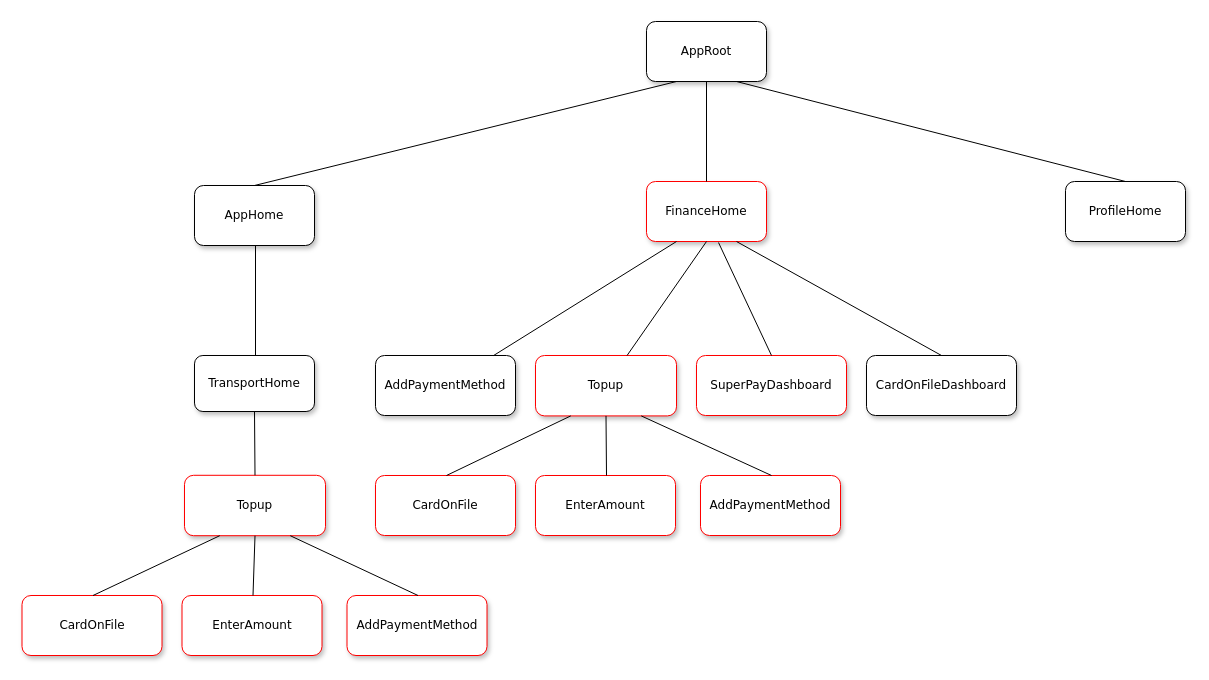
Above: page "모노리틱 - RIB tree" (1 of 4) of SuperAppRIBTree.drawio in gookhee/diagrams (draw.io), before the change. Source tidied: cells renumbered, new cells numbered last; positions are measured from the earlier drawing's top-left corner, leaving out a move shared by most shapes. Both pictures are drawn from the tidied source at 100%, with x=0, y=0 at pixel (21, 21).
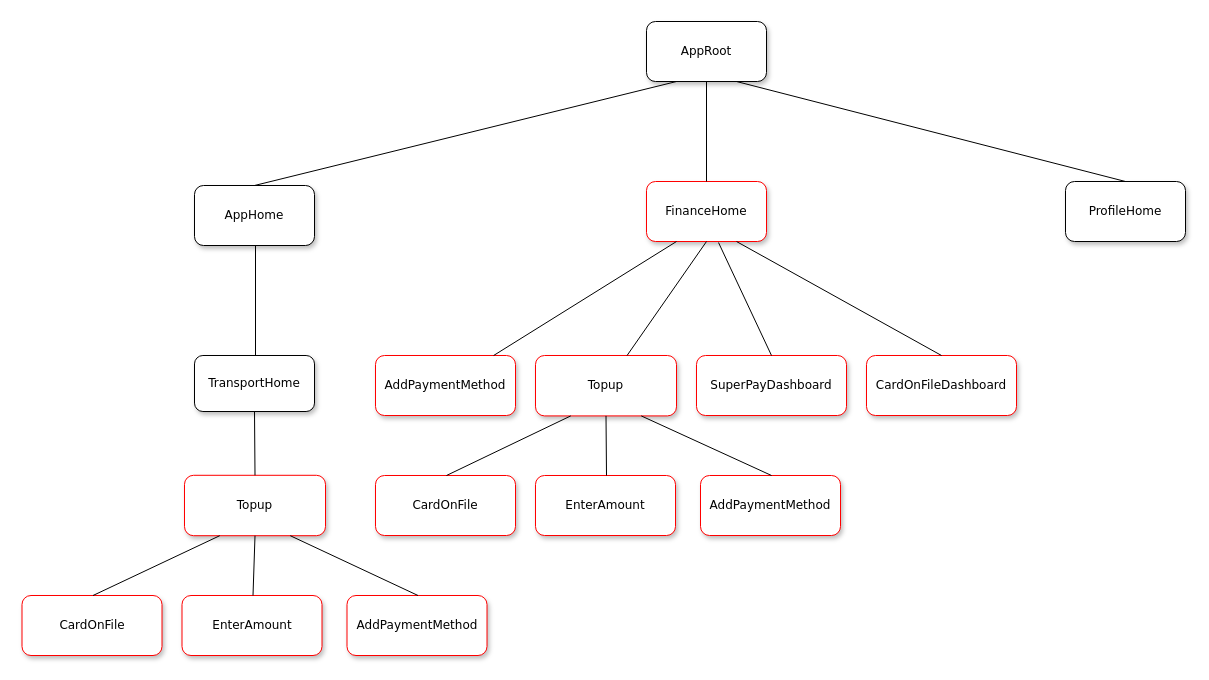
After the change.

What changed in the source:
```diff
@@
-    <mxCell id="7" value="&lt;span&gt;AddPaymentMethod&lt;/span&gt;" style="whiteSpace=wrap;html=1;rounded=1;shadow=1;labelBackgroundColor=none;strokeWidth=1;fontFamily=Verdana;fontSize=12;align=center;" parent="1" vertex="1">
+    <mxCell id="7" value="&lt;span&gt;AddPaymentMethod&lt;/span&gt;" style="whiteSpace=wrap;html=1;rounded=1;shadow=1;labelBackgroundColor=none;strokeWidth=1;fontFamily=Verdana;fontSize=12;align=center;strokeColor=#FF0000;" parent="1" vertex="1">
       <mxGeometry x="354" y="334" width="140" height="60" as="geometry" />
     </mxCell>
@@
-    <mxCell id="16" value="CardOnFileDashboard" style="whiteSpace=wrap;html=1;rounded=1;shadow=1;labelBackgroundColor=none;strokeWidth=1;fontFamily=Verdana;fontSize=12;align=center;" parent="1" vertex="1">
+    <mxCell id="16" value="CardOnFileDashboard" style="whiteSpace=wrap;html=1;rounded=1;shadow=1;labelBackgroundColor=none;strokeWidth=1;fontFamily=Verdana;fontSize=12;align=center;strokeColor=#FF0000;" parent="1" vertex="1">
       <mxGeometry x="845" y="334" width="150" height="60" as="geometry" />
     </mxCell>
```
